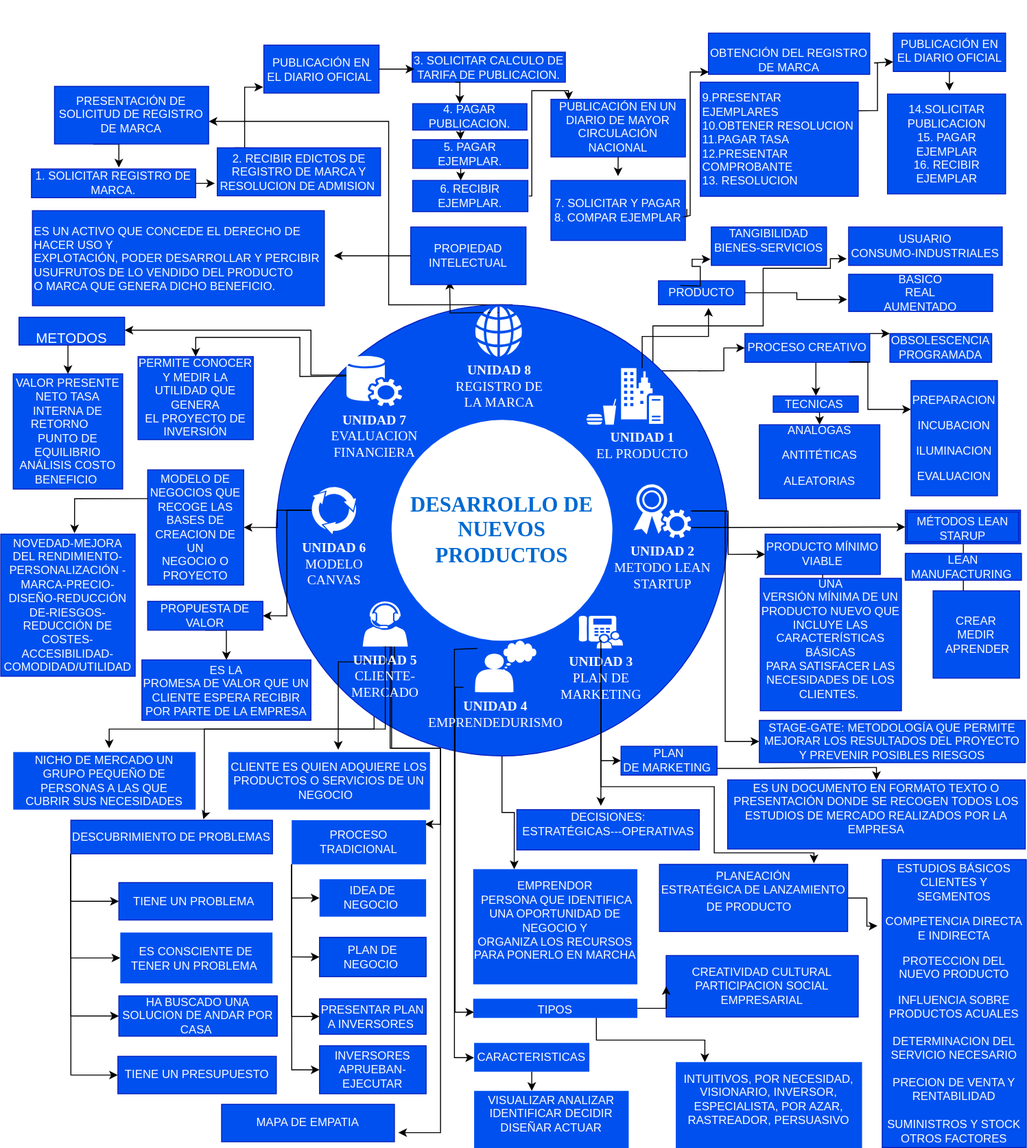
fapablo/sistemaescolar keeps this draw.io diagram as user/Diagrama sin título.drawio.svg. Above is the earlier version. Source tidied: cells renumbered, new cells last; positions are measured from the earlier drawing's top-left corner, leaving out a move shared by most shapes.
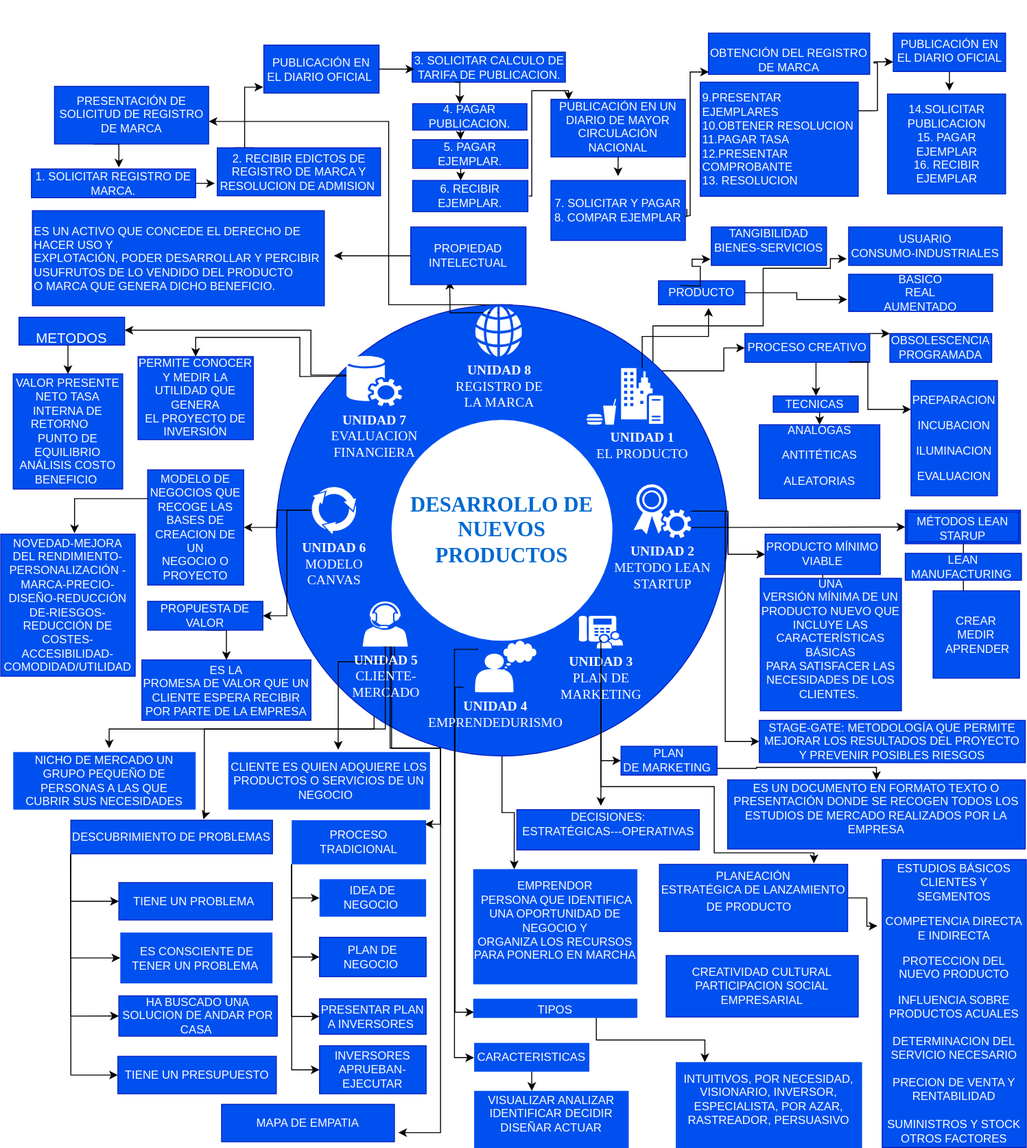
The same file after the commit.

Change to the diagram source:
```diff
@@ -302,9 +302,6 @@
     <mxCell id="63" value="&lt;p class=&quot;MsoNormal&quot;&gt;CREATIVIDAD CULTURAL PARTICIPACION SOCIAL EMPRESARIAL&lt;/p&gt;" style="rounded=0;whiteSpace=wrap;html=1;strokeColor=#001DBC;fillColor=#0050ef;fontColor=#ffffff;" parent="1" vertex="1">
       <mxGeometry x="693" y="961" width="200" height="64" as="geometry" />
     </mxCell>
-    <mxCell id="64" style="edgeStyle=orthogonalEdgeStyle;rounded=0;jettySize=auto;html=1;exitX=1;exitY=0.5;exitDx=0;exitDy=0;entryX=0;entryY=0.5;entryDx=0;entryDy=0;" parent="1" edge="1" source="65" target="63">
-      <mxGeometry relative="1" as="geometry" />
-    </mxCell>
     <mxCell id="65" value="&lt;br&gt;TIPOS&lt;p class=&quot;MsoNormal&quot;&gt;&lt;/p&gt;" style="rounded=0;whiteSpace=wrap;html=1;fillColor=#0050ef;fontColor=#ffffff;strokeColor=none;" parent="1" vertex="1">
       <mxGeometry x="492" y="1006" width="171" height="20" as="geometry" />
     </mxCell>
```
